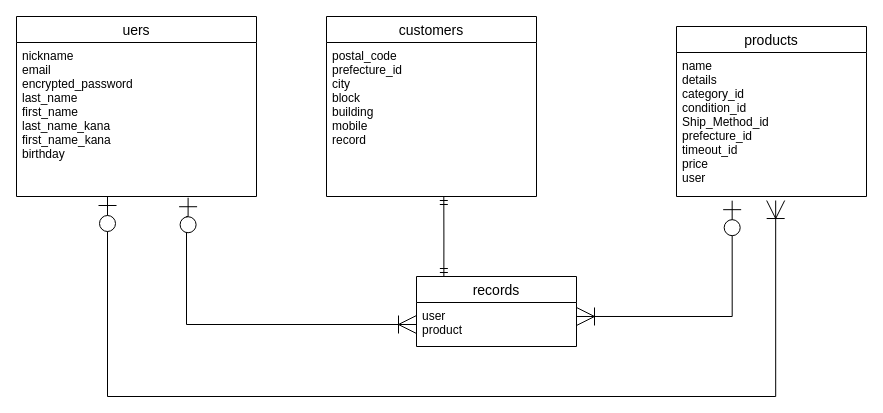
Before: test.dio in ik373321/furima-35526, a draw.io diagram. Source tidied: cells renumbered, new cells numbered last; positions are measured from the earlier drawing's top-left corner, leaving out a move shared by most shapes. Both pictures are drawn from the tidied source at 100%, with x=0, y=0 at pixel (16, 16).
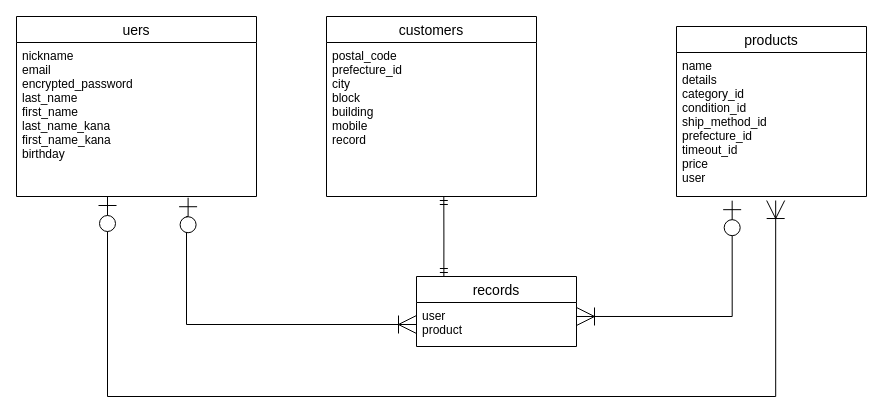
Above is the later version.

Commit message:
ER図のカラム名を小文字に変更

Diff of the diagram source:
```diff
@@
 <mxGraphModel>
   <root>
     <mxCell id="0" />
     <mxCell id="1" parent="0" />
     <mxCell id="2" value="uers" style="swimlane;fontStyle=0;horizontal=1;startSize=26;align=center;fontSize=14;" parent="1" vertex="1">
       <mxGeometry width="240" height="180" as="geometry" />
     </mxCell>
     <mxCell id="3" value="nickname&#10;email&#10;encrypted_password&#10;last_name&#10;first_name&#10;last_name_kana&#10;first_name_kana&#10;birthday" style="text;strokeColor=none;fillColor=none;spacingLeft=4;spacingRight=4;overflow=hidden;points=[[0,0.5],[1,0.5]];portConstraint=eastwest;fontSize=12;strokeWidth=41;" parent="2" vertex="1">
       <mxGeometry y="26" width="240" height="154" as="geometry" />
     </mxCell>
     <mxCell id="4" value="customers" style="swimlane;fontStyle=0;horizontal=1;startSize=26;align=center;fontSize=14;" parent="1" vertex="1">
       <mxGeometry x="310" width="210" height="180" as="geometry" />
     </mxCell>
     <mxCell id="5" value="postal_code&#10;prefecture_id&#10;city&#10;block&#10;building&#10;mobile&#10;record " style="text;strokeColor=none;fillColor=none;spacingLeft=4;spacingRight=4;overflow=hidden;fontSize=12;" parent="4" vertex="1">
       <mxGeometry y="26" width="210" height="154" as="geometry" />
     </mxCell>
     <mxCell id="6" value="records" style="swimlane;fontStyle=0;horizontal=1;startSize=26;align=center;fontSize=14;" parent="1" vertex="1">
       <mxGeometry x="400" y="260" width="160" height="70" as="geometry" />
     </mxCell>
     <mxCell id="7" value="user&#10;product" style="text;strokeColor=none;fillColor=none;spacingLeft=4;spacingRight=4;overflow=hidden;points=[[0,0.5],[1,0.5]];portConstraint=eastwest;fontSize=12;" parent="6" vertex="1">
       <mxGeometry y="26" width="160" height="44" as="geometry" />
     </mxCell>
     <mxCell id="8" value="products" style="swimlane;fontStyle=0;horizontal=1;startSize=26;align=center;fontSize=14;" parent="1" vertex="1">
       <mxGeometry x="660" y="10" width="190" height="170" as="geometry" />
     </mxCell>
-    <mxCell id="9" value="name&#10;details&#10; category_id  &#10;condition_id&#10;Ship_Method_id&#10;prefecture_id&#10;timeout_id&#10;price  &#10;user" style="text;strokeColor=none;fillColor=none;spacingLeft=4;spacingRight=4;overflow=hidden;points=[[0,0.5],[1,0.5]];portConstraint=eastwest;fontSize=12;" parent="8" vertex="1">
+    <mxCell id="9" value="name&#10;details&#10; category_id  &#10;condition_id&#10;ship_method_id&#10;prefecture_id&#10;timeout_id&#10;price  &#10;user" style="text;strokeColor=none;fillColor=none;spacingLeft=4;spacingRight=4;overflow=hidden;points=[[0,0.5],[1,0.5]];portConstraint=eastwest;fontSize=12;" parent="8" vertex="1">
       <mxGeometry y="26" width="190" height="144" as="geometry" />
     </mxCell>
     <mxCell id="10" style="edgeStyle=orthogonalEdgeStyle;fontSize=12;html=1;endArrow=ERoneToMany;startArrow=ERzeroToOne;rounded=0;entryX=0.522;entryY=1.028;entryDx=0;entryDy=0;entryPerimeter=0;endSize=16;startSize=16;" parent="1" edge="1" target="9">
       <mxGeometry relative="1" as="geometry">
         <mxPoint x="91" y="180" as="sourcePoint" />
         <Array as="points">
           <mxPoint x="91" y="380" />
           <mxPoint x="759" y="380" />
         </Array>
       </mxGeometry>
     </mxCell>
     <mxCell id="11" style="edgeStyle=orthogonalEdgeStyle;fontSize=12;html=1;endArrow=ERmandOne;startArrow=ERmandOne;rounded=0;exitX=0.171;exitY=0;exitDx=0;exitDy=0;exitPerimeter=0;" parent="1" edge="1" source="6">
       <mxGeometry relative="1" as="geometry">
         <mxPoint x="427.3" y="180" as="targetPoint" />
       </mxGeometry>
     </mxCell>
     <mxCell id="12" style="edgeStyle=orthogonalEdgeStyle;fontSize=12;html=1;endArrow=ERoneToMany;startArrow=ERzeroToOne;rounded=0;endSize=16;startSize=16;exitX=0.293;exitY=1.029;exitDx=0;exitDy=0;exitPerimeter=0;entryX=1;entryY=0.318;entryDx=0;entryDy=0;entryPerimeter=0;" parent="1" edge="1" source="9" target="7">
       <mxGeometry relative="1" as="geometry">
         <Array as="points">
           <mxPoint x="716" y="300" />
         </Array>
       </mxGeometry>
     </mxCell>
     <mxCell id="13" style="edgeStyle=orthogonalEdgeStyle;fontSize=12;html=1;endArrow=ERoneToMany;startArrow=ERzeroToOne;rounded=0;endSize=16;startSize=16;entryX=0;entryY=0.5;entryDx=0;entryDy=0;exitX=0.715;exitY=1.008;exitDx=0;exitDy=0;exitPerimeter=0;" parent="1" edge="1" source="3" target="7">
       <mxGeometry relative="1" as="geometry">
         <Array as="points">
           <mxPoint x="172" y="200" />
           <mxPoint x="170" y="200" />
           <mxPoint x="170" y="308" />
         </Array>
       </mxGeometry>
     </mxCell>
   </root>
 </mxGraphModel>
```
